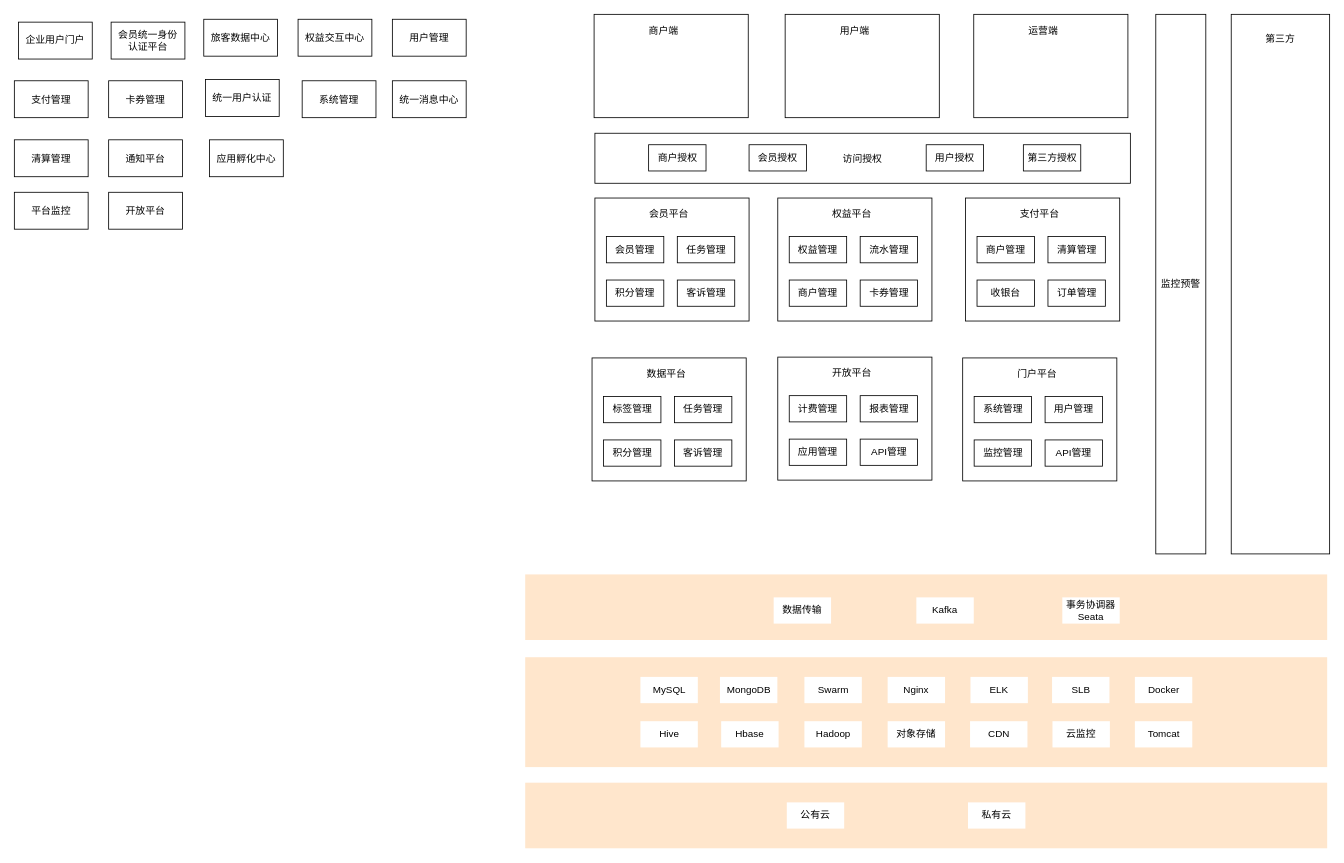
wuqh/draw keeps this draw.io diagram as beijingAirport.drawio. Above is the earlier version. Source tidied: cells renumbered, new cells numbered last; positions are measured from the earlier drawing's top-left corner, leaving out a move shared by most shapes. Both pictures are drawn from the tidied source at 82%, with x=0, y=0 at pixel (14, 14).
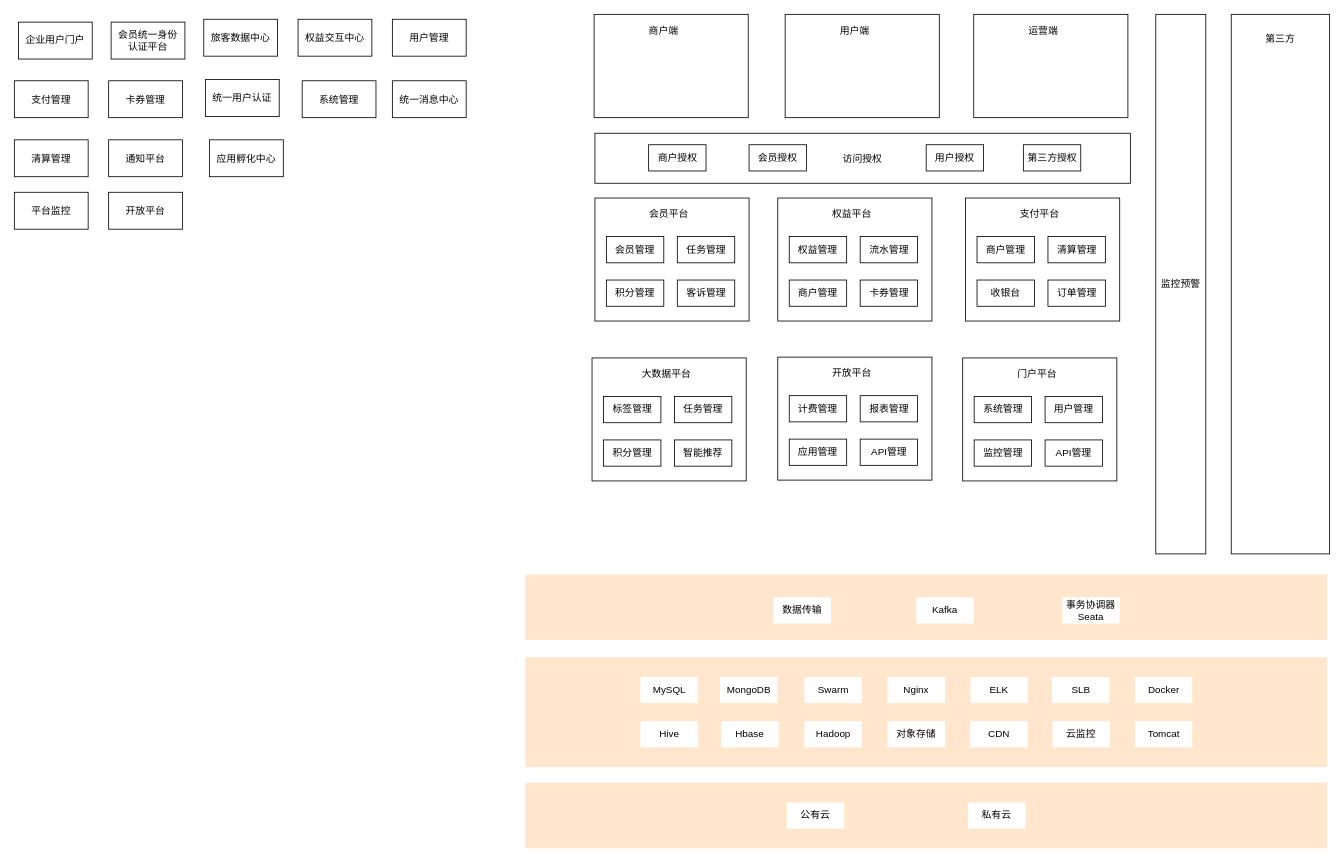
The same diagram, later.

The edit, as a diff of the source:
```diff
@@
-    <mxCell id="60" value="数据平台" style="text;html=1;strokeColor=none;fillColor=none;align=center;verticalAlign=middle;whiteSpace=wrap;rounded=0;" parent="1" vertex="1">
-      <mxGeometry x="769.5" y="429" width="51" height="20" as="geometry" />
+    <mxCell id="60" value="大数据平台" style="text;html=1;strokeColor=none;fillColor=none;align=center;verticalAlign=middle;whiteSpace=wrap;rounded=0;" parent="1" vertex="1">
+      <mxGeometry x="763.5" y="429" width="63" height="20" as="geometry" />
     </mxCell>
@@
-    <mxCell id="64" value="客诉管理" style="rounded=0;whiteSpace=wrap;html=1;strokeColor=#000000;" parent="1" vertex="1">
+    <mxCell id="64" value="智能推荐" style="rounded=0;whiteSpace=wrap;html=1;strokeColor=#000000;" parent="1" vertex="1">
       <mxGeometry x="805" y="519" width="70" height="32" as="geometry" />
     </mxCell>
```
